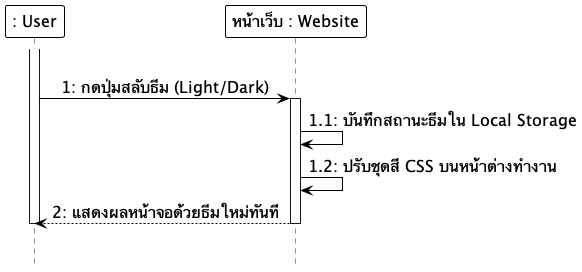
Before: docs/diagrams/images/sequence/sequence_10_toggle_theme.png, a diagram exported from PlantUML (Anatta-at/my-portfolio-app).
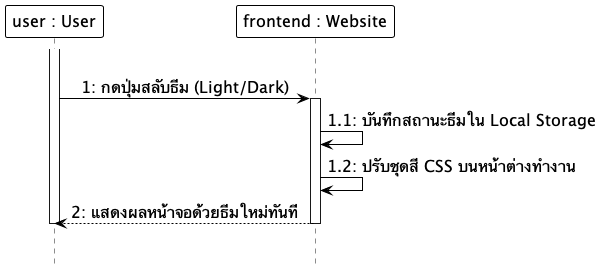
The same diagram one commit later.

The edit, as a diff of the source:
```diff
@@ -16,8 +16,8 @@
 skinparam ArrowFontSize 16
 skinparam sequenceMessageAlign center
 
-participant ": User" as User
-participant "หน้าเว็บ : Website" as Frontend
+participant "user : User" as User
+participant "frontend : Website" as Frontend
 
 |||
 activate User
```
